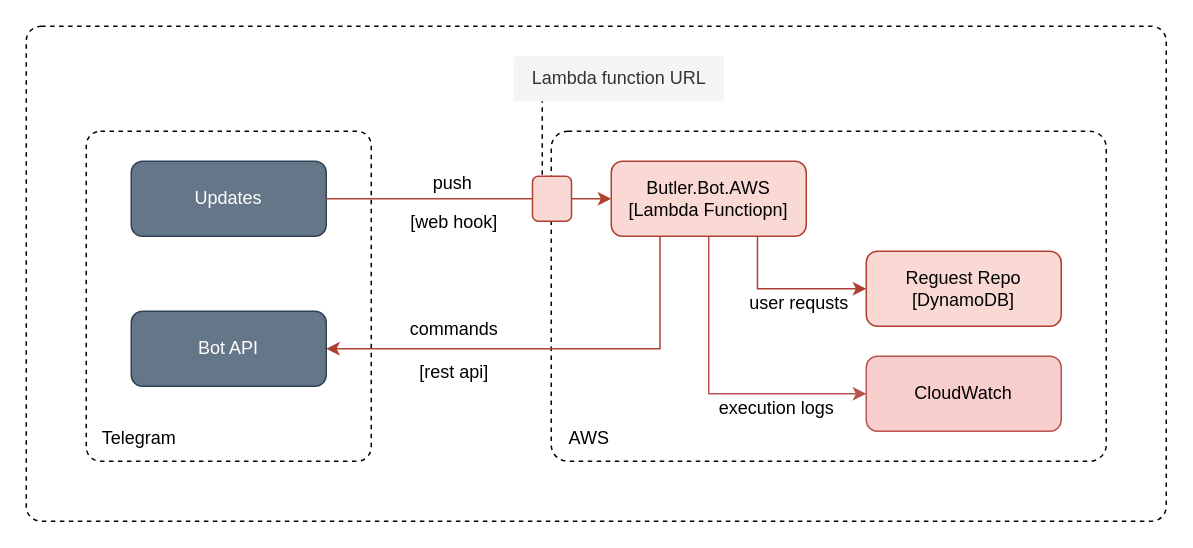
Earlier version of the draw.io diagram page "AWS" (3 of 3) of Docs/Images/Butler.Bot.drawio (eseuruk/Butler.Bot). Source tidied: cells renumbered, new cells numbered last; positions are measured from the earlier drawing's top-left corner, leaving out a move shared by most shapes. Both pictures are drawn from the tidied source at 150%, with x=0, y=0 at pixel (26, 26).
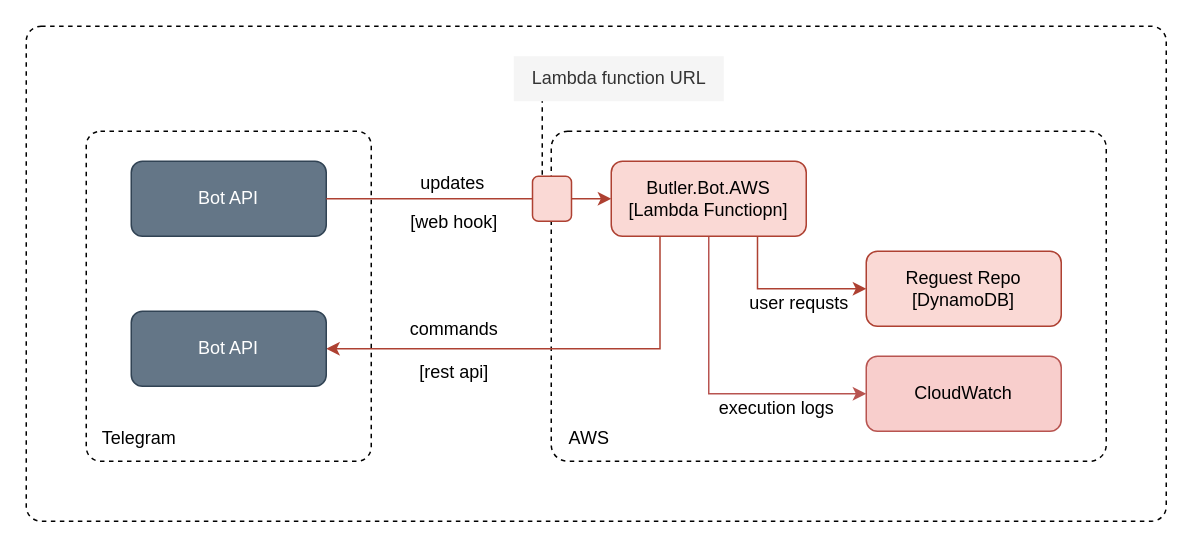
After the change.

What changed in the source:
```diff
@@
-    <mxCell id="11" value="Updates" style="rounded=1;whiteSpace=wrap;html=1;fillColor=#647687;fontColor=#ffffff;strokeColor=#314354;" parent="1" vertex="1">
+    <mxCell id="11" value="Bot API" style="rounded=1;whiteSpace=wrap;html=1;fillColor=#647687;fontColor=#ffffff;strokeColor=#314354;" parent="1" vertex="1">
       <mxGeometry x="70" y="90" width="130" height="50" as="geometry" />
     </mxCell>
-    <mxCell id="12" value="push" style="text;html=1;align=center;verticalAlign=middle;strokeColor=none;fillColor=none;" parent="1" vertex="1">
-      <mxGeometry x="259" y="90" width="50" height="30" as="geometry" />
+    <mxCell id="12" value="updates" style="text;html=1;align=center;verticalAlign=middle;strokeColor=none;fillColor=none;" parent="1" vertex="1">
+      <mxGeometry x="249" y="90" width="70" height="30" as="geometry" />
     </mxCell>
```
